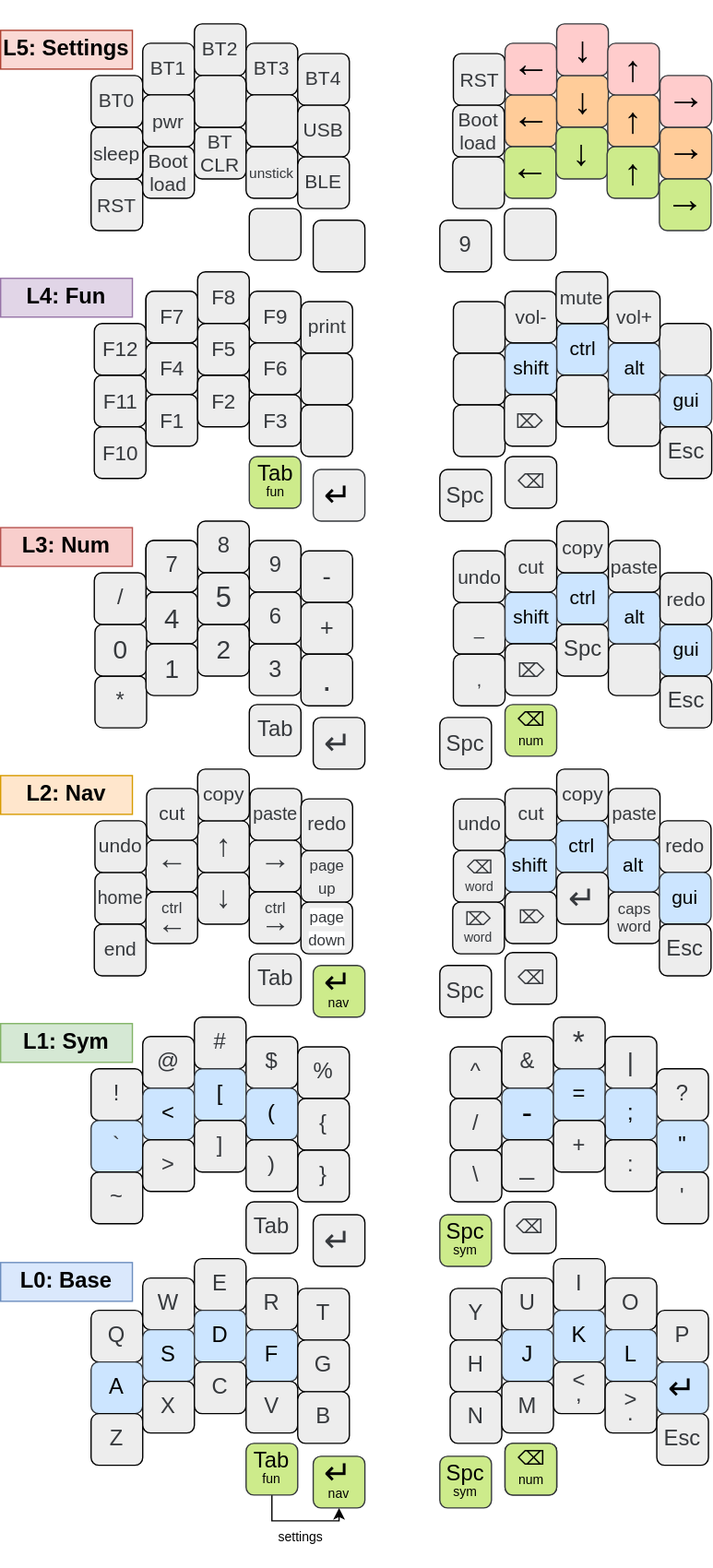
glenn20/zmk-sweep keeps this draw.io diagram as images/Keymap.drawio.svg. Above is the earlier version. Source tidied: cells renumbered, new cells last; positions are measured from the earlier drawing's top-left corner, leaving out a move shared by most shapes.
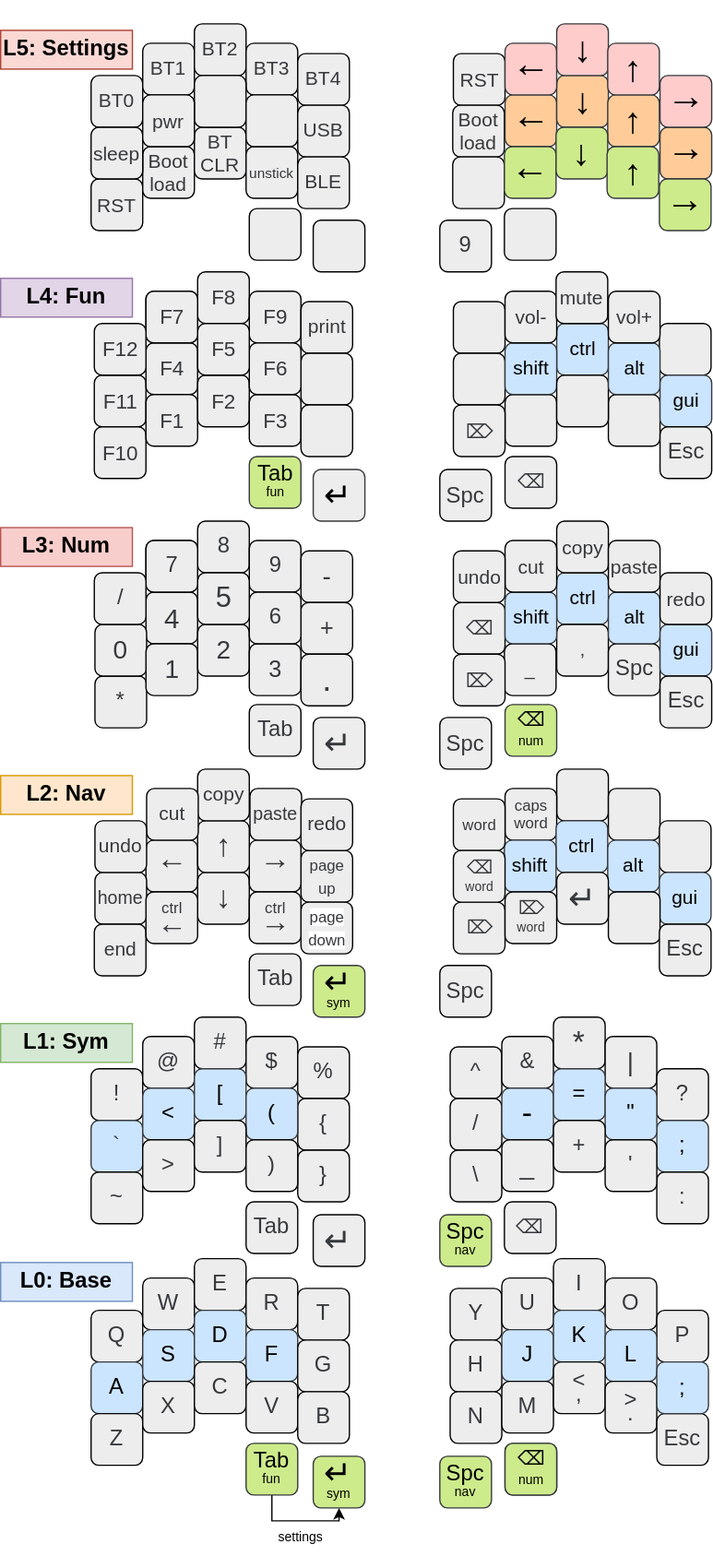
After the commit.

Change to the diagram source:
```diff
@@ -49,3 +49,3 @@
     </mxCell>
-    <mxCell id="17" value="&lt;p style=&quot;line-height: 40%;&quot;&gt;&lt;font style=&quot;border-color: var(--border-color); font-size: 26px;&quot;&gt;↵&lt;br&gt;&lt;span style=&quot;font-size: x-small; background-color: initial;&quot;&gt;nav&lt;/span&gt;&lt;br&gt;&lt;/font&gt;&lt;/p&gt;" style="whiteSpace=wrap;html=1;rotation=0;fontSize=17;fontFamily=Helvetica;fontStyle=0;fillColor=#cdeb8b;strokeColor=#36393d;rounded=1;spacingTop=2;" parent="1" vertex="1">
+    <mxCell id="17" value="&lt;p style=&quot;line-height: 40%;&quot;&gt;&lt;font style=&quot;border-color: var(--border-color); font-size: 26px;&quot;&gt;↵&lt;br&gt;&lt;span style=&quot;font-size: x-small; background-color: initial;&quot;&gt;sym&lt;/span&gt;&lt;br&gt;&lt;/font&gt;&lt;/p&gt;" style="whiteSpace=wrap;html=1;rotation=0;fontSize=17;fontFamily=Helvetica;fontStyle=0;fillColor=#cdeb8b;strokeColor=#36393d;rounded=1;spacingTop=2;" parent="1" vertex="1">
       <mxGeometry x="242" y="1109" width="40" height="40" as="geometry" />
@@ -108,3 +108,3 @@
     </mxCell>
-    <mxCell id="35" value="&lt;p style=&quot;line-height: 80%; font-size: 26px;&quot;&gt;↵&lt;br style=&quot;font-size: 26px;&quot;&gt;&lt;/p&gt;" style="whiteSpace=wrap;html=1;rotation=0;fontSize=26;fontFamily=Helvetica;fontStyle=0;fillColor=#cce5ff;strokeColor=#36393d;rounded=1;verticalAlign=middle;spacing=2;spacingTop=0;" parent="1" vertex="1">
+    <mxCell id="35" value="&lt;p style=&quot;line-height: 0%;&quot;&gt;&lt;span style=&quot;background-color: initial;&quot;&gt;&lt;font style=&quot;font-size: 17px;&quot;&gt;;&lt;/font&gt;&lt;/span&gt;&lt;br&gt;&lt;/p&gt;" style="whiteSpace=wrap;html=1;rotation=0;fontSize=17;fontFamily=Helvetica;fontStyle=0;fillColor=#cce5ff;strokeColor=#36393d;rounded=1;verticalAlign=middle;spacing=2;spacingTop=0;" parent="1" vertex="1">
       <mxGeometry x="508" y="1036" width="40" height="40" as="geometry" />
@@ -184,6 +184,6 @@
     <mxCell id="60" value=";" style="whiteSpace=wrap;html=1;fontSize=17;fontFamily=Helvetica;fontStyle=0;fillColor=#cce5ff;rounded=1;strokeColor=#36393d;" parent="1" vertex="1">
-      <mxGeometry x="468" y="824" width="40" height="40" as="geometry" />
+      <mxGeometry x="508" y="849" width="40" height="40" as="geometry" />
     </mxCell>
     <mxCell id="61" value="&quot;" style="whiteSpace=wrap;html=1;fontSize=17;fontFamily=Helvetica;fontStyle=0;fillColor=#cce5ff;rounded=1;strokeColor=#36393d;" parent="1" vertex="1">
-      <mxGeometry x="508" y="849" width="40" height="40" as="geometry" />
+      <mxGeometry x="468" y="824" width="40" height="40" as="geometry" />
     </mxCell>
@@ -199,6 +199,6 @@
     <mxCell id="65" value=":" style="whiteSpace=wrap;html=1;fontSize=17;fontFamily=Helvetica;fontStyle=0;fontColor=#36393D;fillColor=#EDEDED;rounded=1;strokeColor=#000000;" parent="1" vertex="1">
-      <mxGeometry x="468" y="864" width="40" height="40" as="geometry" />
+      <mxGeometry x="508" y="889" width="40" height="40" as="geometry" />
     </mxCell>
     <mxCell id="66" value="'" style="whiteSpace=wrap;html=1;fontSize=17;fontFamily=Helvetica;fontStyle=0;fontColor=#36393D;fillColor=#EDEDED;rounded=1;strokeColor=#000000;" parent="1" vertex="1">
-      <mxGeometry x="508" y="889" width="40" height="40" as="geometry" />
+      <mxGeometry x="468" y="864" width="40" height="40" as="geometry" />
     </mxCell>
@@ -207,9 +207,9 @@
     </mxCell>
-    <mxCell id="68" value="&lt;font style=&quot;font-size: 15px;&quot;&gt;copy&lt;/font&gt;" style="whiteSpace=wrap;html=1;fontSize=17;fontFamily=Helvetica;fontStyle=0;fontColor=#36393D;fillColor=#EDEDED;rounded=1;strokeColor=#000000;" parent="1" vertex="1">
+    <mxCell id="68" value="&lt;span style=&quot;font-size: 15px;&quot;&gt;&amp;nbsp;&lt;/span&gt;" style="whiteSpace=wrap;html=1;fontSize=17;fontFamily=Helvetica;fontStyle=0;fontColor=#36393D;fillColor=#EDEDED;rounded=1;strokeColor=#000000;" parent="1" vertex="1">
       <mxGeometry x="430.5" y="577" width="40" height="40" as="geometry" />
     </mxCell>
-    <mxCell id="69" value="&lt;font style=&quot;font-size: 14px;&quot;&gt;paste&lt;/font&gt;" style="whiteSpace=wrap;html=1;fontSize=17;fontFamily=Helvetica;fontStyle=0;fontColor=#36393D;fillColor=#EDEDED;rounded=1;strokeColor=#000000;" parent="1" vertex="1">
+    <mxCell id="69" value="&lt;span style=&quot;font-size: 14px;&quot;&gt;&amp;nbsp;&lt;/span&gt;" style="whiteSpace=wrap;html=1;fontSize=17;fontFamily=Helvetica;fontStyle=0;fontColor=#36393D;fillColor=#EDEDED;rounded=1;strokeColor=#000000;" parent="1" vertex="1">
       <mxGeometry x="470.5" y="592" width="40" height="40" as="geometry" />
     </mxCell>
-    <mxCell id="70" value="&lt;font style=&quot;font-size: 15px;&quot;&gt;redo&lt;/font&gt;" style="whiteSpace=wrap;html=1;fontSize=17;fontFamily=Helvetica;fontStyle=0;fontColor=#36393D;fillColor=#EDEDED;rounded=1;strokeColor=#000000;" parent="1" vertex="1">
+    <mxCell id="70" value="&lt;span style=&quot;font-size: 15px;&quot;&gt;&amp;nbsp;&lt;/span&gt;" style="whiteSpace=wrap;html=1;fontSize=17;fontFamily=Helvetica;fontStyle=0;fontColor=#36393D;fillColor=#EDEDED;rounded=1;strokeColor=#000000;" parent="1" vertex="1">
       <mxGeometry x="510" y="617" width="40" height="40" as="geometry" />
@@ -232,3 +232,3 @@
     <mxCell id="76" value="&lt;p style=&quot;line-height: 80%;&quot;&gt;&lt;font style=&quot;font-size: 12px;&quot;&gt;caps&lt;br&gt;word&lt;/font&gt;&lt;/p&gt;" style="whiteSpace=wrap;html=1;fontSize=14;fontFamily=Helvetica;fontStyle=0;fontColor=#36393D;fillColor=#EDEDED;rounded=1;strokeColor=#000000;" parent="1" vertex="1">
-      <mxGeometry x="470.5" y="672" width="40" height="40" as="geometry" />
+      <mxGeometry x="390.5" y="592" width="40" height="40" as="geometry" />
     </mxCell>
@@ -244,3 +244,3 @@
     <mxCell id="80" value="⌦" style="whiteSpace=wrap;html=1;fontSize=14;fontFamily=Helvetica;fontStyle=0;fontColor=#36393D;fillColor=#EDEDED;rounded=1;strokeColor=#000000;" parent="1" vertex="1">
-      <mxGeometry x="390.5" y="672" width="40" height="40" as="geometry" />
+      <mxGeometry x="350.5" y="680" width="40" height="40" as="geometry" />
     </mxCell>
@@ -264,3 +264,3 @@
     </mxCell>
-    <mxCell id="87" value="&lt;p style=&quot;line-height: 70%;&quot;&gt;&lt;font style=&quot;font-size: 17px;&quot;&gt;Spc&lt;/font&gt;&lt;br&gt;&lt;span style=&quot;font-size: 10px;&quot;&gt;sym&lt;/span&gt;&lt;/p&gt;" style="whiteSpace=wrap;html=1;rotation=0;fontSize=17;fontFamily=Helvetica;fontStyle=0;fillColor=#cdeb8b;rounded=1;strokeColor=#36393d;" parent="1" vertex="1">
+    <mxCell id="87" value="&lt;p style=&quot;line-height: 70%;&quot;&gt;&lt;font style=&quot;font-size: 17px;&quot;&gt;Spc&lt;/font&gt;&lt;br&gt;&lt;span style=&quot;font-size: 10px;&quot;&gt;nav&lt;/span&gt;&lt;/p&gt;" style="whiteSpace=wrap;html=1;rotation=0;fontSize=17;fontFamily=Helvetica;fontStyle=0;fillColor=#cdeb8b;rounded=1;strokeColor=#36393d;" parent="1" vertex="1">
       <mxGeometry x="340" y="1109" width="40" height="40" as="geometry" />
@@ -336,6 +336,6 @@
     </mxCell>
-    <mxCell id="111" value="&lt;font style=&quot;font-size: 15px;&quot;&gt;cut&lt;/font&gt;" style="whiteSpace=wrap;html=1;fontSize=17;fontFamily=Helvetica;fontStyle=0;fontColor=#36393D;fillColor=#EDEDED;rounded=1;strokeColor=#000000;" parent="1" vertex="1">
-      <mxGeometry x="390.5" y="592" width="40" height="40" as="geometry" />
+    <mxCell id="111" value="&lt;span style=&quot;font-size: 15px;&quot;&gt;&amp;nbsp;&lt;/span&gt;" style="whiteSpace=wrap;html=1;fontSize=17;fontFamily=Helvetica;fontStyle=0;fontColor=#36393D;fillColor=#EDEDED;rounded=1;strokeColor=#000000;" parent="1" vertex="1">
+      <mxGeometry x="470.5" y="672" width="40" height="40" as="geometry" />
     </mxCell>
-    <mxCell id="112" value="&lt;font style=&quot;font-size: 15px;&quot;&gt;undo&lt;/font&gt;" style="whiteSpace=wrap;html=1;fontSize=17;fontFamily=Helvetica;fontStyle=0;fontColor=#36393D;fillColor=#EDEDED;rounded=1;strokeColor=#000000;" parent="1" vertex="1">
+    <mxCell id="112" value="&lt;font style=&quot;font-size: 12px;&quot;&gt;word&lt;/font&gt;" style="whiteSpace=wrap;html=1;fontSize=17;fontFamily=Helvetica;fontStyle=0;fontColor=#36393D;fillColor=#EDEDED;rounded=1;strokeColor=#000000;" parent="1" vertex="1">
       <mxGeometry x="350.5" y="600" width="40" height="40" as="geometry" />
@@ -403,3 +403,3 @@
     <mxCell id="133" value="&lt;p style=&quot;line-height: 95%;&quot;&gt;&lt;font style=&quot;&quot;&gt;⌫&lt;br&gt;&lt;/font&gt;&lt;/p&gt;" style="whiteSpace=wrap;html=1;fontSize=15;fontFamily=Helvetica;fontStyle=0;fontColor=#36393D;fillColor=#EDEDED;rounded=1;strokeColor=#000000;" parent="1" vertex="1">
-      <mxGeometry x="390.5" y="719" width="40" height="40" as="geometry" />
+      <mxGeometry x="350.5" y="448" width="40" height="40" as="geometry" />
     </mxCell>
@@ -412,3 +412,3 @@
     <mxCell id="136" value="_" style="whiteSpace=wrap;html=1;fontSize=14;fontFamily=Helvetica;fontStyle=0;fontColor=#36393D;fillColor=#EDEDED;rounded=1;strokeColor=#000000;" parent="1" vertex="1">
-      <mxGeometry x="350.5" y="448" width="40" height="40" as="geometry" />
+      <mxGeometry x="390" y="480" width="40" height="40" as="geometry" />
     </mxCell>
@@ -417,7 +417,4 @@
     </mxCell>
-    <mxCell id="138" style="whiteSpace=wrap;html=1;fontSize=11;fontFamily=Helvetica;fontStyle=0;fontColor=#36393D;fillColor=#EDEDED;rounded=1;strokeColor=#000000;" parent="1" vertex="1">
-      <mxGeometry x="470.5" y="480" width="40" height="40" as="geometry" />
-    </mxCell>
     <mxCell id="139" value="," style="whiteSpace=wrap;html=1;fontSize=14;fontFamily=Helvetica;fontStyle=0;fontColor=#36393D;fillColor=#EDEDED;rounded=1;strokeColor=#000000;" parent="1" vertex="1">
-      <mxGeometry x="350.5" y="488" width="40" height="40" as="geometry" />
+      <mxGeometry x="430.5" y="465" width="40" height="40" as="geometry" />
     </mxCell>
@@ -427,3 +424,3 @@
     <mxCell id="141" value="Spc" style="whiteSpace=wrap;html=1;fontSize=17;fontFamily=Helvetica;fontStyle=0;fontColor=#36393D;fillColor=#EDEDED;rounded=1;strokeColor=#000000;" parent="1" vertex="1">
-      <mxGeometry x="430.5" y="465" width="40" height="40" as="geometry" />
+      <mxGeometry x="470.5" y="480" width="40" height="40" as="geometry" />
     </mxCell>
@@ -511,3 +508,3 @@
     <mxCell id="169" style="whiteSpace=wrap;html=1;fontSize=14;fontFamily=Helvetica;fontStyle=0;fontColor=#36393D;fillColor=#EDEDED;rounded=1;strokeColor=#000000;" parent="1" vertex="1">
-      <mxGeometry x="350.5" y="295" width="40" height="40" as="geometry" />
+      <mxGeometry x="390.5" y="287" width="40" height="40" as="geometry" />
     </mxCell>
@@ -583,5 +580,5 @@
     <mxCell id="193" value="&lt;span style=&quot;color: rgb(54, 57, 61); font-family: Helvetica; font-size: 15px; font-style: normal; font-variant-ligatures: normal; font-variant-caps: normal; font-weight: 400; letter-spacing: normal; orphans: 2; text-align: center; text-indent: 0px; text-transform: none; widows: 2; word-spacing: 0px; -webkit-text-stroke-width: 0px; text-decoration-thickness: initial; text-decoration-style: initial; text-decoration-color: initial; float: none; display: inline !important;&quot;&gt;⌦&lt;/span&gt;" style="whiteSpace=wrap;html=1;fontSize=15;fontFamily=Helvetica;fontStyle=0;fillColor=#EDEDED;strokeColor=#000000;fontColor=#36393D;rounded=1;" parent="1" vertex="1">
-      <mxGeometry x="390.5" y="480" width="40" height="40" as="geometry" />
+      <mxGeometry x="350.5" y="488" width="40" height="40" as="geometry" />
     </mxCell>
-    <mxCell id="194" value="&lt;p style=&quot;line-height: 40%;&quot;&gt;&lt;font style=&quot;border-color: var(--border-color); font-size: 26px;&quot;&gt;↵&lt;br&gt;&lt;span style=&quot;font-size: x-small; background-color: initial;&quot;&gt;nav&lt;/span&gt;&lt;br&gt;&lt;/font&gt;&lt;/p&gt;" style="whiteSpace=wrap;html=1;rotation=0;fontSize=17;fontFamily=Helvetica;fontStyle=0;fillColor=#cdeb8b;strokeColor=#36393d;rounded=1;spacingTop=2;" parent="1" vertex="1">
+    <mxCell id="194" value="&lt;p style=&quot;line-height: 40%;&quot;&gt;&lt;font style=&quot;border-color: var(--border-color); font-size: 26px;&quot;&gt;↵&lt;br&gt;&lt;span style=&quot;font-size: x-small; background-color: initial;&quot;&gt;sym&lt;/span&gt;&lt;br&gt;&lt;/font&gt;&lt;/p&gt;" style="whiteSpace=wrap;html=1;rotation=0;fontSize=17;fontFamily=Helvetica;fontStyle=0;fillColor=#cdeb8b;strokeColor=#36393d;rounded=1;spacingTop=2;" parent="1" vertex="1">
       <mxGeometry x="242" y="729" width="40" height="40" as="geometry" />
@@ -595,3 +592,3 @@
     <mxCell id="197" value="&lt;span style=&quot;color: rgb(54, 57, 61); font-family: Helvetica; font-size: 15px; font-style: normal; font-variant-ligatures: normal; font-variant-caps: normal; font-weight: 400; letter-spacing: normal; orphans: 2; text-align: center; text-indent: 0px; text-transform: none; widows: 2; word-spacing: 0px; -webkit-text-stroke-width: 0px; text-decoration-thickness: initial; text-decoration-style: initial; text-decoration-color: initial; float: none; display: inline !important;&quot;&gt;⌦&lt;/span&gt;" style="whiteSpace=wrap;html=1;fontSize=15;fontFamily=Helvetica;fontStyle=0;fillColor=#EDEDED;strokeColor=#000000;fontColor=#36393D;rounded=1;" parent="1" vertex="1">
-      <mxGeometry x="390" y="287" width="40" height="40" as="geometry" />
+      <mxGeometry x="350.5" y="295" width="40" height="40" as="geometry" />
     </mxCell>
@@ -621,3 +618,3 @@
     </mxCell>
-    <mxCell id="206" value="&lt;p style=&quot;line-height: 70%;&quot;&gt;&lt;font style=&quot;font-size: 17px;&quot;&gt;Spc&lt;/font&gt;&lt;br&gt;&lt;span style=&quot;font-size: 10px;&quot;&gt;sym&lt;/span&gt;&lt;/p&gt;" style="whiteSpace=wrap;html=1;rotation=0;fontSize=17;fontFamily=Helvetica;fontStyle=0;fillColor=#cdeb8b;rounded=1;strokeColor=#36393d;" parent="1" vertex="1">
+    <mxCell id="206" value="&lt;p style=&quot;line-height: 70%;&quot;&gt;&lt;font style=&quot;font-size: 17px;&quot;&gt;Spc&lt;/font&gt;&lt;br&gt;&lt;span style=&quot;font-size: 10px;&quot;&gt;nav&lt;/span&gt;&lt;/p&gt;" style="whiteSpace=wrap;html=1;rotation=0;fontSize=17;fontFamily=Helvetica;fontStyle=0;fillColor=#cdeb8b;rounded=1;strokeColor=#36393d;" parent="1" vertex="1">
       <mxGeometry x="340" y="922" width="40" height="40" as="geometry" />
@@ -640,3 +637,3 @@
     <mxCell id="212" value="&lt;p style=&quot;line-height: 90%;&quot;&gt;⌦&lt;br&gt;&lt;font style=&quot;font-size: 10px;&quot;&gt;word&lt;/font&gt;&lt;br&gt;&lt;/p&gt;" style="whiteSpace=wrap;html=1;fontSize=14;fontFamily=Helvetica;fontStyle=0;fontColor=#36393D;fillColor=#EDEDED;rounded=1;strokeColor=#000000;" parent="1" vertex="1">
-      <mxGeometry x="350" y="680" width="40" height="40" as="geometry" />
+      <mxGeometry x="390.5" y="672" width="40" height="40" as="geometry" />
     </mxCell>
```
